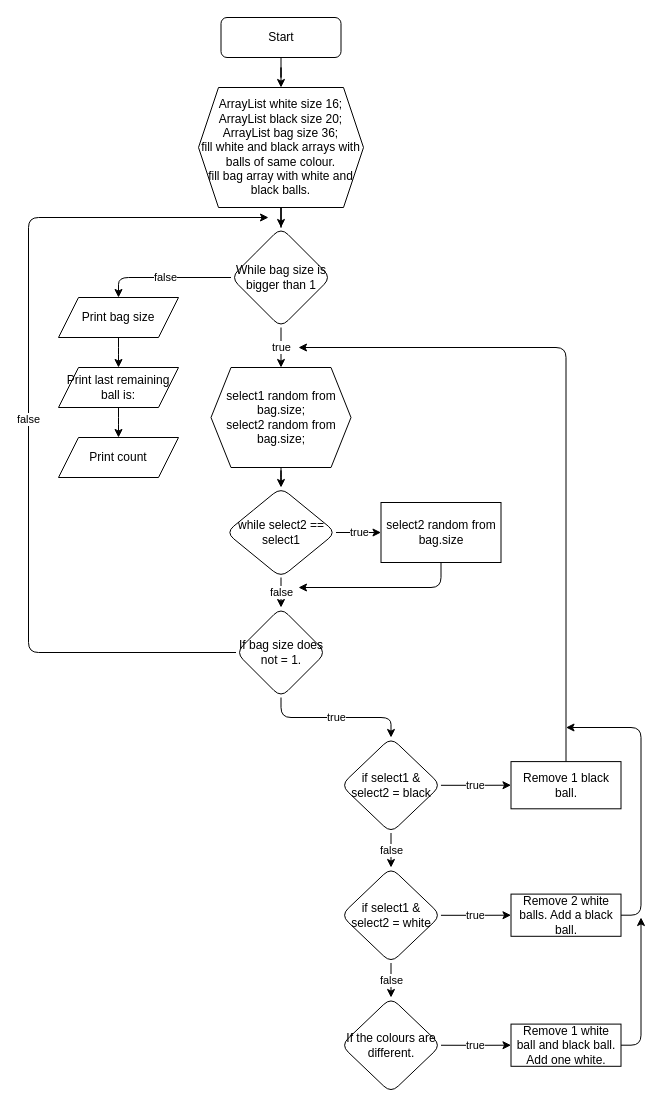
Above: Untitled Diagram.drawio in IgnasZyv/BallProject (draw.io), before the change. Source tidied: cells renumbered, new cells numbered last; positions are measured from the earlier drawing's top-left corner, leaving out a move shared by most shapes. Both pictures are drawn from the tidied source at 100%, with x=0, y=0 at pixel (28, 17).
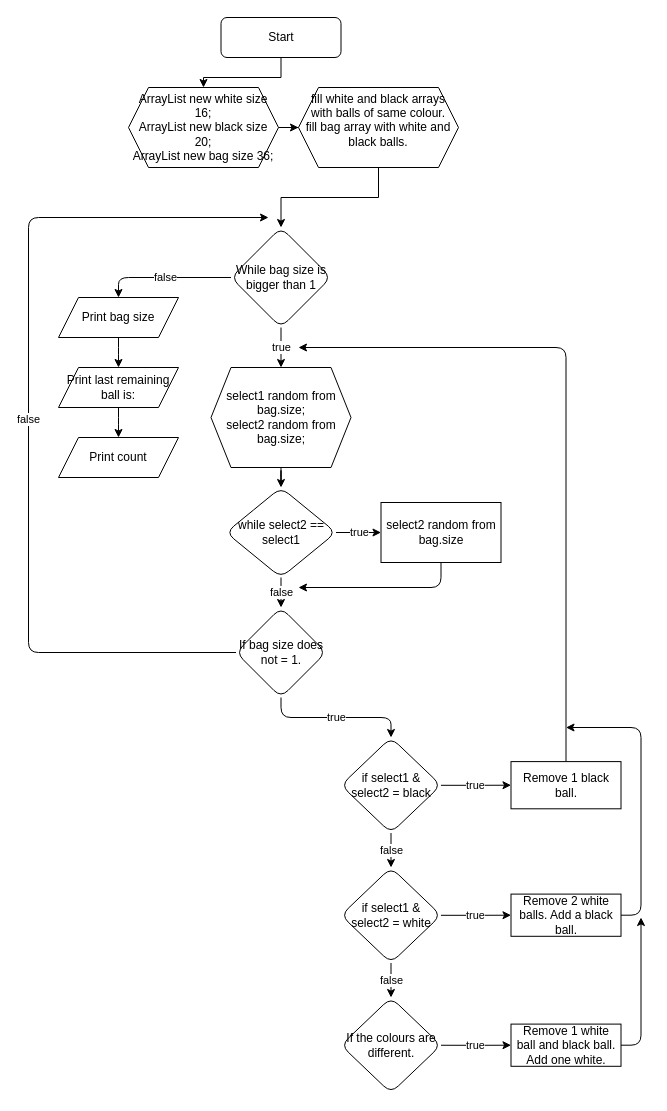
After the change.

The change refers to these unchanged cells:
```xml
<mxCell id="8" value="While bag size is bigger than 1" style="rhombus;whiteSpace=wrap;html=1;rounded=1;" parent="1" vertex="1">
  <mxGeometry x="202.5" y="210" width="100" height="100" as="geometry" />
</mxCell>
```

The edit, as a diff of the source:
```diff
@@
-    <mxCell id="4" style="edgeStyle=orthogonalEdgeStyle;rounded=0;jettySize=auto;html=1;" parent="1" edge="1" source="5" target="8">
+    <mxCell id="4" style="edgeStyle=orthogonalEdgeStyle;rounded=0;jettySize=auto;html=1;exitX=0.5;exitY=1;exitDx=0;exitDy=0;" parent="1" edge="1" source="39" target="8">
       <mxGeometry relative="1" as="geometry" />
     </mxCell>
+    <mxCell id="38" style="edgeStyle=orthogonalEdgeStyle;rounded=0;jettySize=auto;html=1;exitX=1;exitY=0.5;exitDx=0;exitDy=0;" parent="1" edge="1" source="5" target="39">
+      <mxGeometry relative="1" as="geometry" />
+    </mxCell>
-    <mxCell id="5" value="&lt;div&gt;ArrayList white size 16;&lt;/div&gt;&lt;div&gt;ArrayList black size 20;&lt;/div&gt;&lt;div&gt;ArrayList bag size 36;&lt;/div&gt;&lt;div&gt;fill white and black arrays with balls of same colour.&lt;/div&gt;&lt;div&gt;fill bag array with white and black balls.&lt;br&gt;&lt;/div&gt;" style="shape=hexagon;perimeter=hexagonPerimeter2;whiteSpace=wrap;html=1;fixedSize=1;" parent="1" vertex="1">
-      <mxGeometry x="170" y="70" width="165" height="120" as="geometry" />
+    <mxCell id="5" value="&lt;div&gt;ArrayList new white size 16;&lt;/div&gt;&lt;div&gt;ArrayList new black size 20;&lt;/div&gt;&lt;div&gt;ArrayList new bag size 36;&lt;/div&gt;" style="shape=hexagon;perimeter=hexagonPerimeter2;whiteSpace=wrap;html=1;fixedSize=1;" parent="1" vertex="1">
+      <mxGeometry x="100" y="70" width="150" height="80" as="geometry" />
     </mxCell>
@@
+    <mxCell id="39" value="&#10;&lt;div&gt;fill white and black arrays with balls of same colour.&lt;/div&gt;&lt;div&gt;fill bag array with white and black balls.&lt;/div&gt;&#10;&#10;" style="shape=hexagon;perimeter=hexagonPerimeter2;whiteSpace=wrap;html=1;fixedSize=1;" parent="1" vertex="1">
+      <mxGeometry x="270" y="70" width="160" height="80" as="geometry" />
+    </mxCell>
```
